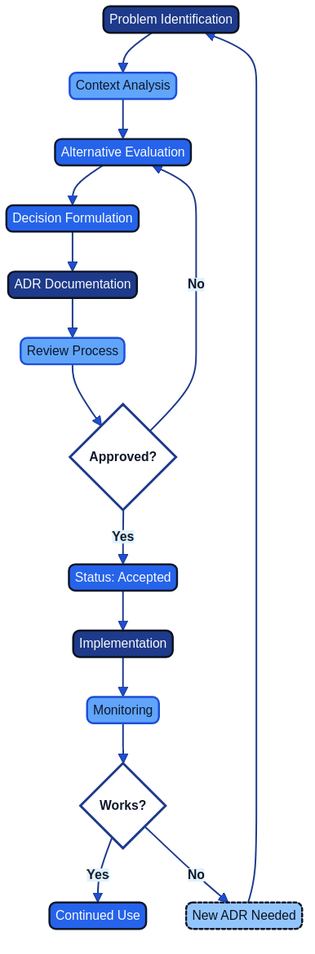
This is docs/images/diagram_04_adr_chapter.png from Geonitab/architecture_as_code, a Mermaid export, as it was before one commit. Its source is kept beside it as docs/images/diagram_04_adr_chapter.mmd.
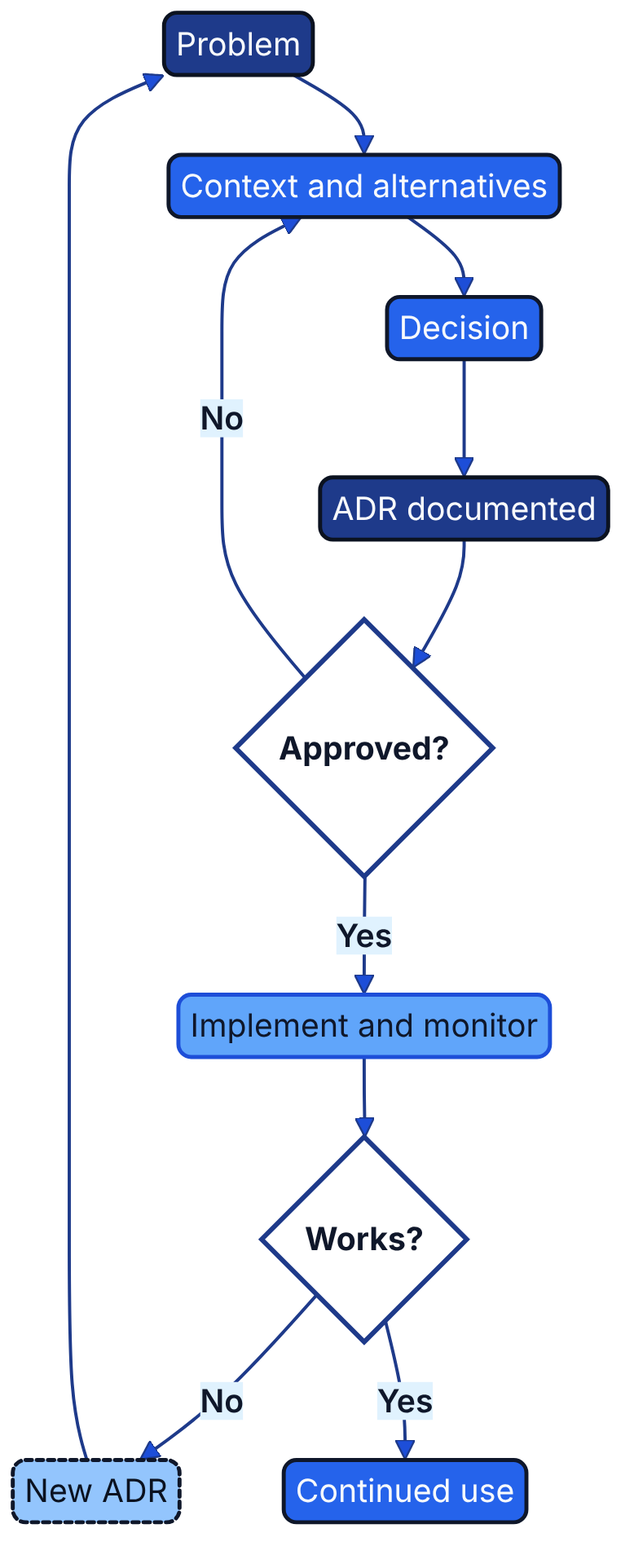
After the commit.

What changed in the source:
```diff
@@ -1,15 +1,11 @@
 graph TD
-    A[Problem Identification]:::kv-primary --> B[Context Analysis]:::kv-highlight
-    B --> C[Alternative Evaluation]:::kv-accent
-    C --> D[Decision Formulation]:::kv-accent
-    D --> E[ADR Documentation]:::kv-primary
-    E --> F[Review Process]:::kv-highlight
-    F --> G{Approved?}:::kv-outline
-    G -->|Yes| H[Status: Accepted]:::kv-accent
-    G -->|No| C
-    H --> I[Implementation]:::kv-primary
-    I --> J[Monitoring]:::kv-highlight
-    J --> K{Works?}:::kv-outline
-    K -->|Yes| L[Continued Use]:::kv-accent
-    K -->|No| M[New ADR Needed]:::kv-pattern
+    A[Problem]:::kv-primary --> B[Context and alternatives]:::kv-accent
+    B --> C[Decision]:::kv-accent
+    C --> D[ADR documented]:::kv-primary
+    D --> G{Approved?}:::kv-outline
+    G -->|No| B
+    G -->|Yes| I[Implement and monitor]:::kv-highlight
+    I --> K{Works?}:::kv-outline
+    K -->|No| M[New ADR]:::kv-pattern
+    K -->|Yes| L[Continued use]:::kv-accent
     M --> A
```
